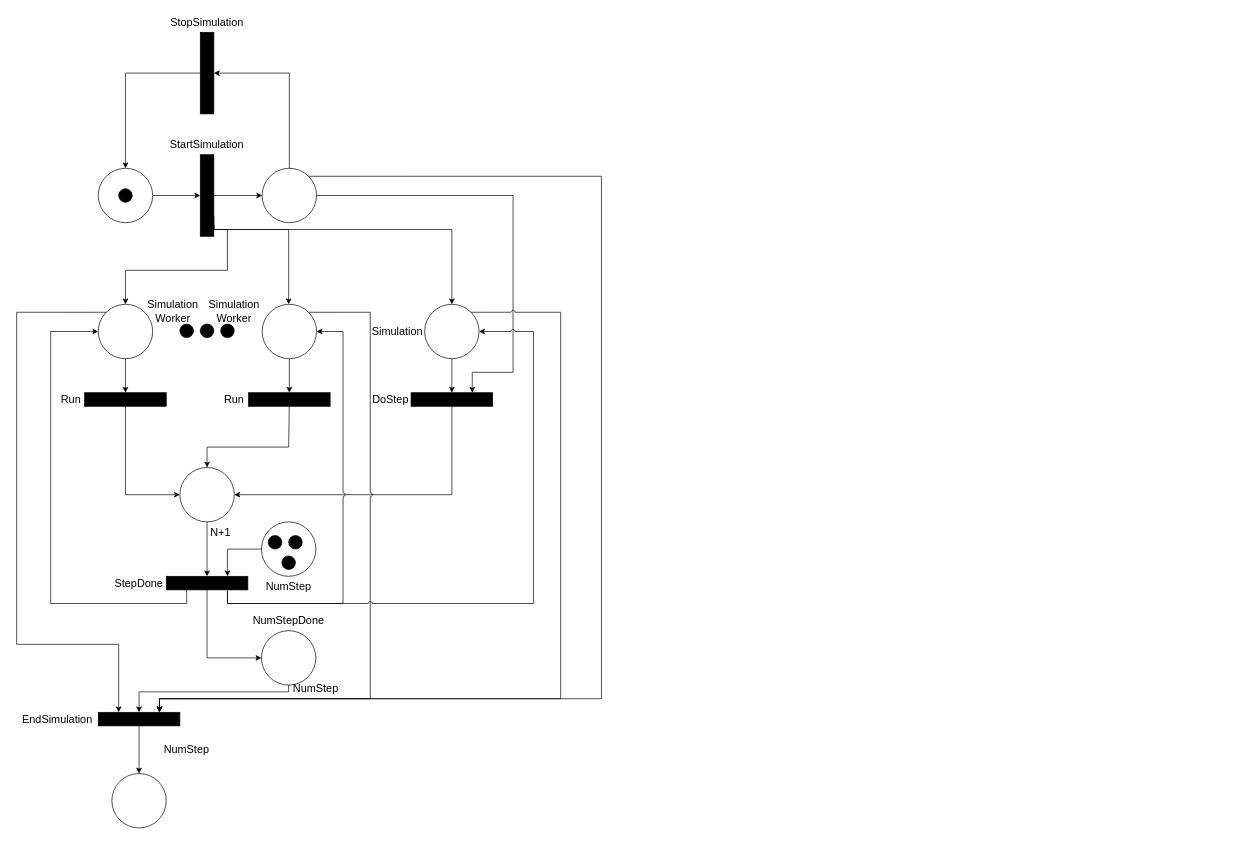
zucchero-sintattico/PCD-ASS02-23-24 keeps this draw.io diagram as page "petrinet" (2 of 2) of PCD_ASS01.drawio. Above is the earlier version. Source tidied: cells renumbered, new cells numbered last; positions are measured from the earlier drawing's top-left corner, leaving out a move shared by most shapes. Both pictures are drawn from the tidied source at 68%, with x=0, y=0 at pixel (16, 12).
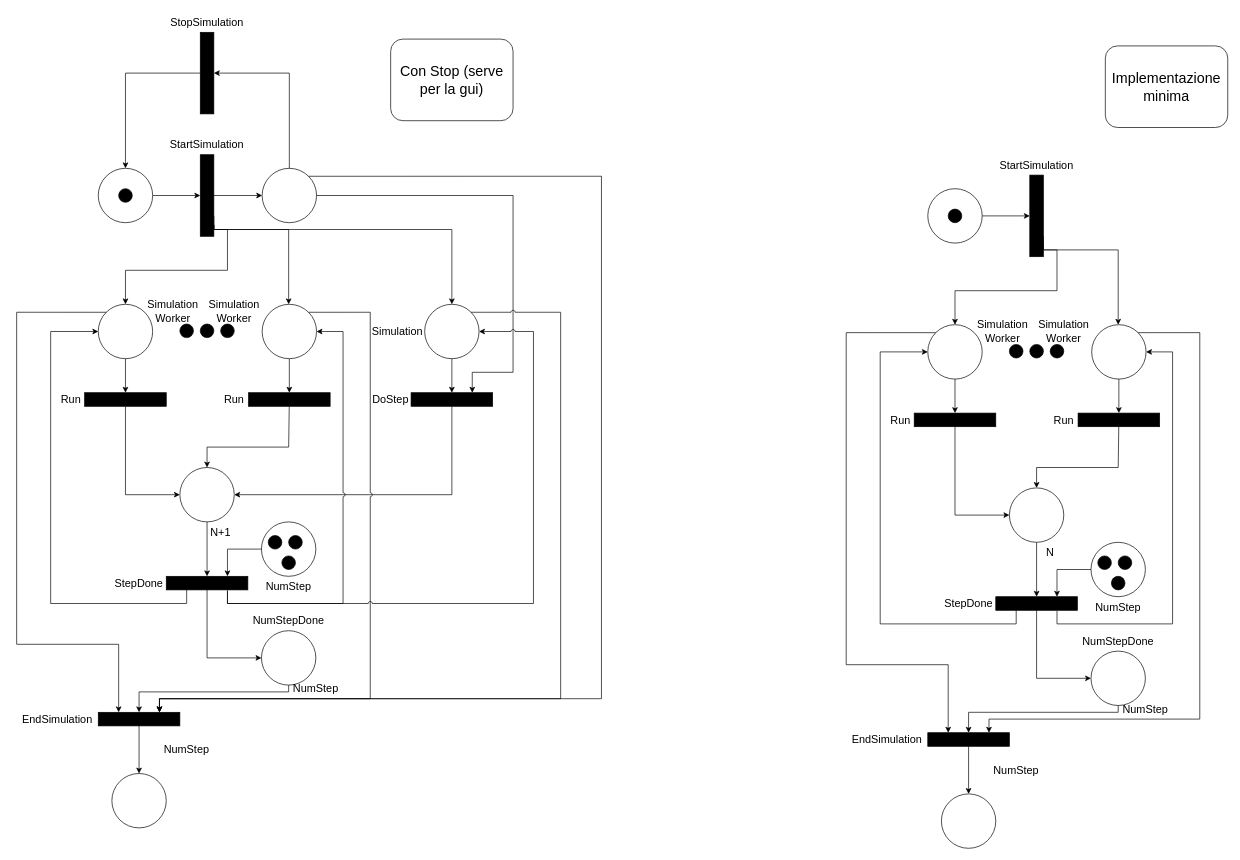
The same page after the edit.

Change to the diagram source:
```diff
@@
+    <mxCell id="66" style="ellipse;whiteSpace=wrap;html=1;fillColor=#000000;" parent="1" vertex="1">
+      <mxGeometry x="1459.9" y="489" width="20" height="20" as="geometry" />
+    </mxCell>
+    <mxCell id="67" style="ellipse;whiteSpace=wrap;html=1;fillColor=#000000;" parent="1" vertex="1">
+      <mxGeometry x="1489.9" y="489" width="20" height="20" as="geometry" />
+    </mxCell>
+    <mxCell id="68" style="ellipse;whiteSpace=wrap;html=1;fillColor=#000000;" parent="1" vertex="1">
+      <mxGeometry x="1519.9" y="489" width="20" height="20" as="geometry" />
+    </mxCell>
+    <mxCell id="69" style="edgeStyle=orthogonalEdgeStyle;rounded=0;jettySize=auto;html=1;entryX=0;entryY=0.5;entryDx=0;entryDy=0;" parent="1" edge="1" source="70" target="74">
+      <mxGeometry relative="1" as="geometry" />
+    </mxCell>
+    <mxCell id="70" style="ellipse;whiteSpace=wrap;html=1;" parent="1" vertex="1">
+      <mxGeometry x="1339.9" y="260" width="80" height="80" as="geometry" />
+    </mxCell>
+    <mxCell id="71" style="ellipse;whiteSpace=wrap;html=1;fillColor=#000000;" parent="1" vertex="1">
+      <mxGeometry x="1369.9" y="290" width="20" height="20" as="geometry" />
+    </mxCell>
+    <mxCell id="72" style="edgeStyle=orthogonalEdgeStyle;rounded=0;jettySize=auto;html=1;exitX=1;exitY=0.75;exitDx=0;exitDy=0;exitPerimeter=0;" parent="1" edge="1" source="74" target="78">
+      <mxGeometry relative="1" as="geometry">
+        <Array as="points">
+          <mxPoint x="1509.9" y="350" />
+          <mxPoint x="1619.9" y="350" />
+        </Array>
+      </mxGeometry>
+    </mxCell>
+    <mxCell id="73" style="edgeStyle=orthogonalEdgeStyle;rounded=0;jettySize=auto;html=1;exitX=1;exitY=0.86;exitDx=0;exitDy=0;exitPerimeter=0;entryX=0.5;entryY=0;entryDx=0;entryDy=0;" parent="1" edge="1" source="74" target="76">
+      <mxGeometry relative="1" as="geometry">
+        <Array as="points">
+          <mxPoint x="1509.9" y="350" />
+          <mxPoint x="1529.9" y="350" />
+          <mxPoint x="1529.9" y="410" />
+          <mxPoint x="1379.9" y="410" />
+        </Array>
+      </mxGeometry>
+    </mxCell>
+    <mxCell id="74" style="rounded=0;whiteSpace=wrap;html=1;fillColor=#000000;points=[[0,0,0,0,0],[0,0.25,0,0,0],[0,0.5,0,0,0],[0,0.75,0,0,0],[0,1,0,0,0],[0.25,0,0,0,0],[0.25,1,0,0,0],[0.5,0,0,0,0],[0.5,1,0,0,0],[0.75,0,0,0,0],[0.75,1,0,0,0],[1,0,0,0,0],[1,0.25,0,1,0],[1,0.5,0,0,0],[1,0.75,0,0,0],[1,0.86,0,0,0],[1,1,0,0,0]];" parent="1" vertex="1">
+      <mxGeometry x="1489.9" y="240" width="20" height="120" as="geometry" />
+    </mxCell>
+    <mxCell id="75" value="&lt;font style=&quot;font-size: 16px;&quot;&gt;StartSimulation&lt;/font&gt;" style="text;html=1;align=center;verticalAlign=middle;whiteSpace=wrap;rounded=0;" parent="1" vertex="1">
+      <mxGeometry x="1469.9" y="210" width="60" height="30" as="geometry" />
+    </mxCell>
+    <mxCell id="76" style="ellipse;whiteSpace=wrap;html=1;" parent="1" vertex="1">
+      <mxGeometry x="1339.9" y="460" width="80" height="80" as="geometry" />
+    </mxCell>
+    <mxCell id="77" style="edgeStyle=orthogonalEdgeStyle;rounded=0;jettySize=auto;html=1;exitX=0.5;exitY=1;exitDx=0;exitDy=0;" parent="1" edge="1" source="78" target="82">
+      <mxGeometry relative="1" as="geometry" />
+    </mxCell>
+    <mxCell id="78" style="ellipse;whiteSpace=wrap;html=1;" parent="1" vertex="1">
+      <mxGeometry x="1580.9" y="460" width="80" height="80" as="geometry" />
+    </mxCell>
+    <mxCell id="79" style="edgeStyle=orthogonalEdgeStyle;rounded=0;jettySize=auto;html=1;entryX=0;entryY=0.5;entryDx=0;entryDy=0;" parent="1" edge="1" source="80" target="87">
+      <mxGeometry relative="1" as="geometry">
+        <Array as="points">
+          <mxPoint x="1379.9" y="740" />
+        </Array>
+      </mxGeometry>
+    </mxCell>
+    <mxCell id="80" style="rounded=0;whiteSpace=wrap;html=1;fillColor=#000000;points=[[0,0,0,0,0],[0,0.25,0,0,0],[0,0.5,0,0,0],[0,0.75,0,0,0],[0,1,0,0,0],[0.25,0,0,0,0],[0.25,1,0,0,0],[0.5,0,0,0,0],[0.5,1,0,0,0],[0.75,0,0,0,0],[0.75,1,0,0,0],[1,0,0,0,0],[1,0.25,0,1,0],[1,0.5,0,0,0],[1,0.75,0,0,0],[1,0.86,0,0,0],[1,1,0,0,0]];rotation=90;" parent="1" vertex="1">
+      <mxGeometry x="1369.9" y="540" width="20" height="120" as="geometry" />
+    </mxCell>
+    <mxCell id="81" style="edgeStyle=orthogonalEdgeStyle;rounded=0;jettySize=auto;html=1;entryX=0.5;entryY=0;entryDx=0;entryDy=0;" parent="1" edge="1" source="82" target="87">
+      <mxGeometry relative="1" as="geometry">
+        <Array as="points">
+          <mxPoint x="1619.9" y="670" />
+          <mxPoint x="1499.9" y="670" />
+        </Array>
+      </mxGeometry>
+    </mxCell>
+    <mxCell id="82" style="rounded=0;whiteSpace=wrap;html=1;fillColor=#000000;points=[[0,0,0,0,0],[0,0.25,0,0,0],[0,0.5,0,0,0],[0,0.75,0,0,0],[0,1,0,0,0],[0.25,0,0,0,0],[0.25,1,0,0,0],[0.5,0,0,0,0],[0.5,1,0,0,0],[0.75,0,0,0,0],[0.75,1,0,0,0],[1,0,0,0,0],[1,0.25,0,1,0],[1,0.5,0,0,0],[1,0.75,0,0,0],[1,0.86,0,0,0],[1,1,0,0,0]];rotation=90;" parent="1" vertex="1">
+      <mxGeometry x="1610.9" y="540" width="20" height="120" as="geometry" />
+    </mxCell>
+    <mxCell id="83" value="&lt;span style=&quot;font-size: 16px;&quot;&gt;Run&lt;/span&gt;" style="text;html=1;align=center;verticalAlign=middle;whiteSpace=wrap;rounded=0;" parent="1" vertex="1">
+      <mxGeometry x="1269.9" y="585" width="60" height="30" as="geometry" />
+    </mxCell>
+    <mxCell id="84" value="&lt;span style=&quot;font-size: 16px;&quot;&gt;Run&lt;/span&gt;" style="text;html=1;align=center;verticalAlign=middle;whiteSpace=wrap;rounded=0;" parent="1" vertex="1">
+      <mxGeometry x="1509.9" y="585" width="60" height="30" as="geometry" />
+    </mxCell>
+    <mxCell id="85" style="edgeStyle=orthogonalEdgeStyle;rounded=0;jettySize=auto;html=1;exitX=0.5;exitY=1;exitDx=0;exitDy=0;entryX=0;entryY=0.5;entryDx=0;entryDy=0;entryPerimeter=0;" parent="1" edge="1" source="76" target="80">
+      <mxGeometry relative="1" as="geometry" />
+    </mxCell>
+    <mxCell id="86" style="edgeStyle=orthogonalEdgeStyle;rounded=0;jettySize=auto;html=1;" parent="1" edge="1" source="87" target="96">
+      <mxGeometry relative="1" as="geometry" />
+    </mxCell>
+    <mxCell id="87" style="ellipse;whiteSpace=wrap;html=1;" parent="1" vertex="1">
+      <mxGeometry x="1459.9" y="700" width="80" height="80" as="geometry" />
+    </mxCell>
+    <mxCell id="88" style="ellipse;whiteSpace=wrap;html=1;" parent="1" vertex="1">
+      <mxGeometry x="1579.9" y="780" width="80" height="80" as="geometry" />
+    </mxCell>
+    <mxCell id="89" style="ellipse;whiteSpace=wrap;html=1;fillColor=#000000;" parent="1" vertex="1">
+      <mxGeometry x="1589.9" y="800" width="20" height="20" as="geometry" />
+    </mxCell>
+    <mxCell id="90" style="ellipse;whiteSpace=wrap;html=1;fillColor=#000000;" parent="1" vertex="1">
+      <mxGeometry x="1619.9" y="800" width="20" height="20" as="geometry" />
+    </mxCell>
+    <mxCell id="91" style="ellipse;whiteSpace=wrap;html=1;fillColor=#000000;" parent="1" vertex="1">
+      <mxGeometry x="1609.9" y="830" width="20" height="20" as="geometry" />
+    </mxCell>
+    <mxCell id="92" value="&lt;span style=&quot;font-size: 16px;&quot;&gt;NumStep&lt;/span&gt;" style="text;html=1;align=center;verticalAlign=middle;whiteSpace=wrap;rounded=0;" parent="1" vertex="1">
+      <mxGeometry x="1589.9" y="860" width="60" height="30" as="geometry" />
+    </mxCell>
+    <mxCell id="93" style="edgeStyle=orthogonalEdgeStyle;rounded=0;jettySize=auto;html=1;exitX=1;exitY=0.75;exitDx=0;exitDy=0;exitPerimeter=0;entryX=0;entryY=0.5;entryDx=0;entryDy=0;" parent="1" edge="1" source="96" target="76">
+      <mxGeometry relative="1" as="geometry">
+        <Array as="points">
+          <mxPoint x="1469.9" y="900" />
+          <mxPoint x="1269.9" y="900" />
+          <mxPoint x="1269.9" y="500" />
+        </Array>
+      </mxGeometry>
+    </mxCell>
+    <mxCell id="94" style="edgeStyle=orthogonalEdgeStyle;rounded=0;jettySize=auto;html=1;exitX=1;exitY=0.25;exitDx=1;exitDy=0;exitPerimeter=0;entryX=1;entryY=0.5;entryDx=0;entryDy=0;jumpStyle=arc;" parent="1" edge="1" source="96" target="78">
+      <mxGeometry relative="1" as="geometry">
+        <Array as="points">
+          <mxPoint x="1529.9" y="900" />
+          <mxPoint x="1699.9" y="900" />
+          <mxPoint x="1699.9" y="500" />
+        </Array>
+      </mxGeometry>
+    </mxCell>
+    <mxCell id="95" style="edgeStyle=orthogonalEdgeStyle;rounded=0;jettySize=auto;html=1;exitX=1;exitY=0.5;exitDx=0;exitDy=0;exitPerimeter=0;entryX=0;entryY=0.5;entryDx=0;entryDy=0;" parent="1" edge="1" source="96" target="100">
+      <mxGeometry relative="1" as="geometry" />
+    </mxCell>
+    <mxCell id="96" style="rounded=0;whiteSpace=wrap;html=1;fillColor=#000000;points=[[0,0,0,0,0],[0,0.25,0,0,0],[0,0.5,0,0,0],[0,0.75,0,0,0],[0,1,0,0,0],[0.25,0,0,0,0],[0.25,1,0,0,0],[0.5,0,0,0,0],[0.5,1,0,0,0],[0.75,0,0,0,0],[0.75,1,0,0,0],[1,0,0,0,0],[1,0.25,0,1,0],[1,0.5,0,0,0],[1,0.75,0,0,0],[1,0.86,0,0,0],[1,1,0,0,0]];rotation=90;" parent="1" vertex="1">
+      <mxGeometry x="1489.9" y="810" width="20" height="120" as="geometry" />
+    </mxCell>
+    <mxCell id="97" value="&lt;span style=&quot;font-size: 16px;&quot;&gt;StepDone&lt;/span&gt;" style="text;html=1;align=center;verticalAlign=middle;whiteSpace=wrap;rounded=0;" parent="1" vertex="1">
+      <mxGeometry x="1369.9" y="855" width="60" height="30" as="geometry" />
+    </mxCell>
+    <mxCell id="98" value="&lt;span style=&quot;font-size: 16px;&quot;&gt;N&lt;/span&gt;" style="text;html=1;align=center;verticalAlign=middle;whiteSpace=wrap;rounded=0;" parent="1" vertex="1">
+      <mxGeometry x="1489.9" y="780" width="60" height="30" as="geometry" />
+    </mxCell>
+    <mxCell id="99" style="edgeStyle=orthogonalEdgeStyle;rounded=0;jettySize=auto;html=1;entryX=0;entryY=0.25;entryDx=0;entryDy=0;entryPerimeter=0;" parent="1" edge="1" source="88" target="96">
+      <mxGeometry relative="1" as="geometry" />
+    </mxCell>
+    <mxCell id="100" style="ellipse;whiteSpace=wrap;html=1;" parent="1" vertex="1">
+      <mxGeometry x="1579.9" y="940" width="80" height="80" as="geometry" />
+    </mxCell>
+    <mxCell id="101" value="&lt;span style=&quot;font-size: 16px;&quot;&gt;NumStepDone&lt;/span&gt;" style="text;html=1;align=center;verticalAlign=middle;whiteSpace=wrap;rounded=0;" parent="1" vertex="1">
+      <mxGeometry x="1589.9" y="910" width="60" height="30" as="geometry" />
+    </mxCell>
+    <mxCell id="102" style="edgeStyle=orthogonalEdgeStyle;rounded=0;jettySize=auto;html=1;entryX=0.5;entryY=0;entryDx=0;entryDy=0;" parent="1" edge="1" source="103" target="112">
+      <mxGeometry relative="1" as="geometry" />
+    </mxCell>
+    <mxCell id="103" style="rounded=0;whiteSpace=wrap;html=1;fillColor=#000000;points=[[0,0,0,0,0],[0,0.25,0,0,0],[0,0.5,0,0,0],[0,0.75,0,0,0],[0,1,0,0,0],[0.25,0,0,0,0],[0.25,1,0,0,0],[0.5,0,0,0,0],[0.5,1,0,0,0],[0.75,0,0,0,0],[0.75,1,0,0,0],[1,0,0,0,0],[1,0.25,0,1,0],[1,0.5,0,0,0],[1,0.75,0,0,0],[1,0.86,0,0,0],[1,1,0,0,0]];rotation=90;" parent="1" vertex="1">
+      <mxGeometry x="1389.9" y="1010" width="20" height="120" as="geometry" />
+    </mxCell>
+    <mxCell id="104" value="&lt;span style=&quot;font-size: 16px;&quot;&gt;EndSimulation&lt;/span&gt;" style="text;html=1;align=center;verticalAlign=middle;whiteSpace=wrap;rounded=0;" parent="1" vertex="1">
+      <mxGeometry x="1249.9" y="1057.5" width="60" height="25" as="geometry" />
+    </mxCell>
+    <mxCell id="105" style="edgeStyle=orthogonalEdgeStyle;rounded=0;jettySize=auto;html=1;exitX=0;exitY=0;exitDx=0;exitDy=0;entryX=0;entryY=0.75;entryDx=0;entryDy=0;entryPerimeter=0;" parent="1" edge="1" source="76" target="103">
+      <mxGeometry relative="1" as="geometry">
+        <Array as="points">
+          <mxPoint x="1219.9" y="472" />
+          <mxPoint x="1219.9" y="960" />
+          <mxPoint x="1369.9" y="960" />
+        </Array>
+      </mxGeometry>
+    </mxCell>
+    <mxCell id="106" style="edgeStyle=orthogonalEdgeStyle;rounded=0;jettySize=auto;html=1;exitX=1;exitY=0;exitDx=0;exitDy=0;entryX=0;entryY=0.25;entryDx=0;entryDy=0;entryPerimeter=0;jumpStyle=arc;" parent="1" edge="1" source="78" target="103">
+      <mxGeometry relative="1" as="geometry">
+        <Array as="points">
+          <mxPoint x="1739.9" y="472" />
+          <mxPoint x="1739.9" y="1040" />
+          <mxPoint x="1429.9" y="1040" />
+        </Array>
+      </mxGeometry>
+    </mxCell>
+    <mxCell id="107" style="edgeStyle=orthogonalEdgeStyle;rounded=0;jettySize=auto;html=1;exitX=0.5;exitY=1;exitDx=0;exitDy=0;entryX=0;entryY=0.5;entryDx=0;entryDy=0;entryPerimeter=0;" parent="1" edge="1" source="100" target="103">
+      <mxGeometry relative="1" as="geometry">
+        <Array as="points">
+          <mxPoint x="1619.9" y="1030" />
+          <mxPoint x="1399.9" y="1030" />
+        </Array>
+      </mxGeometry>
+    </mxCell>
+    <mxCell id="108" value="&lt;span style=&quot;font-size: 16px;&quot;&gt;NumStep&lt;/span&gt;" style="text;html=1;align=center;verticalAlign=middle;whiteSpace=wrap;rounded=0;" parent="1" vertex="1">
+      <mxGeometry x="1629.9" y="1010" width="60" height="30" as="geometry" />
+    </mxCell>
+    <mxCell id="109" value="&lt;font style=&quot;font-size: 16px;&quot;&gt;Simulation Worker&lt;/font&gt;" style="text;html=1;align=center;verticalAlign=middle;whiteSpace=wrap;rounded=0;" parent="1" vertex="1">
+      <mxGeometry x="1419.9" y="455" width="60" height="30" as="geometry" />
+    </mxCell>
+    <mxCell id="110" value="&lt;font style=&quot;font-size: 16px;&quot;&gt;Simulation Worker&lt;/font&gt;" style="text;html=1;align=center;verticalAlign=middle;whiteSpace=wrap;rounded=0;" parent="1" vertex="1">
+      <mxGeometry x="1509.9" y="455" width="60" height="30" as="geometry" />
+    </mxCell>
+    <mxCell id="111" value="&lt;span style=&quot;font-size: 16px;&quot;&gt;NumStep&lt;/span&gt;" style="text;html=1;align=center;verticalAlign=middle;whiteSpace=wrap;rounded=0;" parent="1" vertex="1">
+      <mxGeometry x="1439.9" y="1100" width="60" height="30" as="geometry" />
+    </mxCell>
+    <mxCell id="112" style="ellipse;whiteSpace=wrap;html=1;" parent="1" vertex="1">
+      <mxGeometry x="1359.9" y="1150" width="80" height="80" as="geometry" />
+    </mxCell>
+    <mxCell id="113" value="&lt;font style=&quot;font-size: 21px;&quot;&gt;Con Stop (serve per la gui)&lt;/font&gt;" style="rounded=1;whiteSpace=wrap;html=1;" parent="1" vertex="1">
+      <mxGeometry x="550" y="40" width="180" height="120" as="geometry" />
+    </mxCell>
+    <mxCell id="114" value="&lt;font style=&quot;font-size: 21px;&quot;&gt;Implementazione minima&lt;/font&gt;" style="rounded=1;whiteSpace=wrap;html=1;" parent="1" vertex="1">
+      <mxGeometry x="1601" y="50" width="180" height="120" as="geometry" />
+    </mxCell>
```
